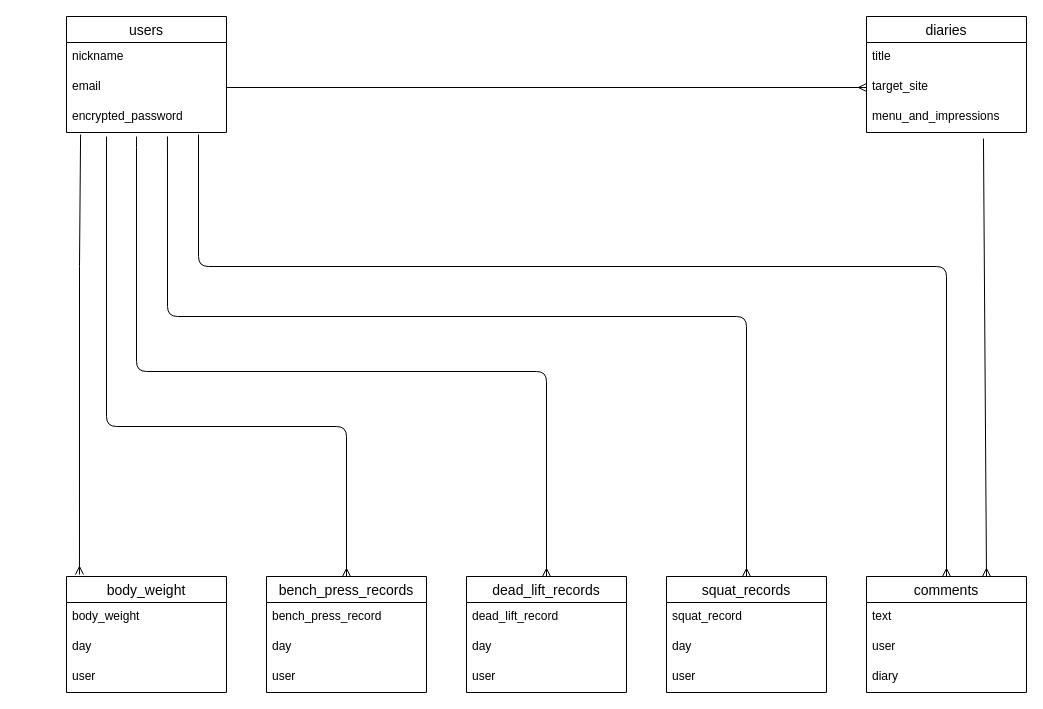
The draw.io diagram er.dio in tkm-mkzk/my-fitness-app, before the edit. Source tidied: cells renumbered, new cells numbered last; positions are measured from the earlier drawing's top-left corner, leaving out a move shared by most shapes. Both pictures are drawn from the tidied source at 100%, with x=0, y=0 at pixel (66, 16).
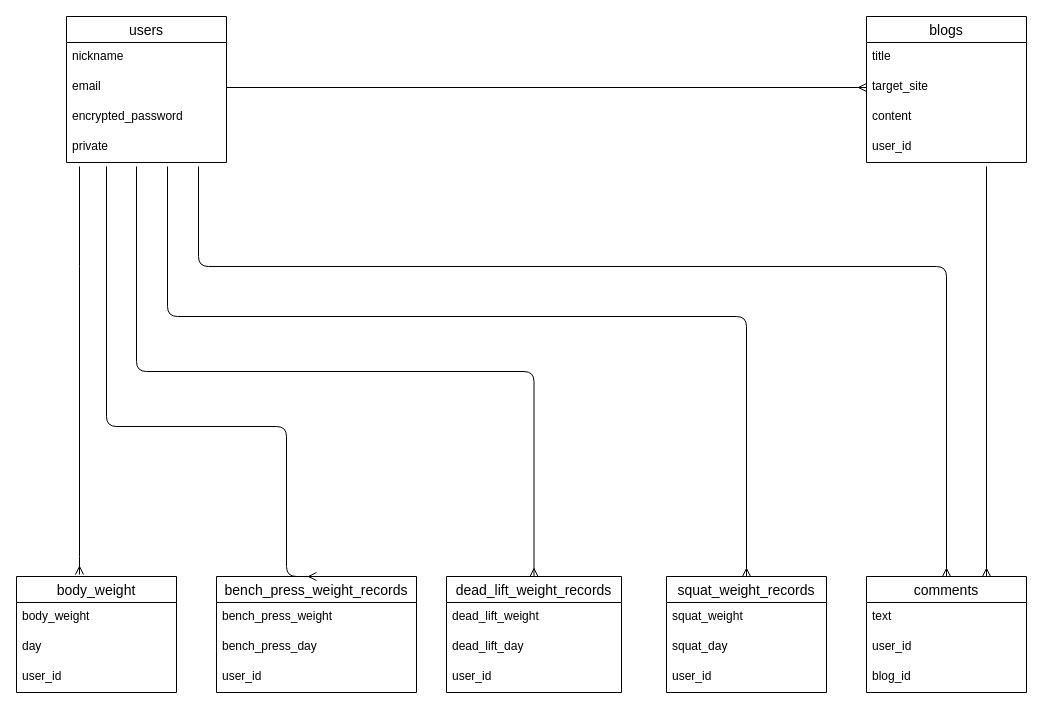
The same diagram, later.

The change refers to these unchanged cells:
```xml
<mxCell id="9" value="encrypted_password" style="text;strokeColor=none;fillColor=none;spacingLeft=4;spacingRight=4;overflow=hidden;points=[[0,0.5],[1,0.5]];portConstraint=eastwest;fontSize=12;" parent="6" vertex="1">
  <mxGeometry y="86" width="160" height="30" as="geometry" />
</mxCell>
<mxCell id="22" value="comments" style="swimlane;fontStyle=0;horizontal=1;startSize=26;align=center;fontSize=14;" parent="1" vertex="1">
  <mxGeometry x="800" y="560" width="160" height="116" as="geometry" />
</mxCell>
```

What changed in the source:
```diff
@@
     <mxCell id="2" value="body_weight" style="swimlane;fontStyle=0;horizontal=1;startSize=26;align=center;fontSize=14;" parent="1" vertex="1">
-      <mxGeometry y="560" width="160" height="116" as="geometry" />
+      <mxGeometry x="-50" y="560" width="160" height="116" as="geometry" />
     </mxCell>
@@
-    <mxCell id="5" value="user" style="text;strokeColor=none;fillColor=none;spacingLeft=4;spacingRight=4;overflow=hidden;fontSize=12;" parent="2" vertex="1">
+    <mxCell id="5" value="user_id" style="text;strokeColor=none;fillColor=none;spacingLeft=4;spacingRight=4;overflow=hidden;fontSize=12;" parent="2" vertex="1">
       <mxGeometry y="86" width="160" height="30" as="geometry" />
     </mxCell>
     <mxCell id="6" value="users" style="swimlane;fontStyle=0;horizontal=1;startSize=26;align=center;fontSize=14;" parent="1" vertex="1">
-      <mxGeometry width="160" height="116" as="geometry" />
+      <mxGeometry width="160" height="146" as="geometry" />
     </mxCell>
@@
+    <mxCell id="37" value="private" style="text;strokeColor=none;fillColor=none;spacingLeft=4;spacingRight=4;overflow=hidden;fontSize=12;" parent="6" vertex="1">
+      <mxGeometry y="116" width="160" height="30" as="geometry" />
+    </mxCell>
-    <mxCell id="10" value="bench_press_records" style="swimlane;fontStyle=0;horizontal=1;startSize=26;align=center;fontSize=14;" parent="1" vertex="1">
-      <mxGeometry x="200" y="560" width="160" height="116" as="geometry" />
+    <mxCell id="10" value="bench_press_weight_records" style="swimlane;fontStyle=0;horizontal=1;startSize=26;align=center;fontSize=14;" parent="1" vertex="1">
+      <mxGeometry x="150" y="560" width="200" height="116" as="geometry" />
     </mxCell>
-    <mxCell id="11" value="bench_press_record" style="text;strokeColor=none;fillColor=none;spacingLeft=4;spacingRight=4;overflow=hidden;fontSize=12;" parent="10" vertex="1">
-      <mxGeometry y="26" width="160" height="30" as="geometry" />
+    <mxCell id="11" value="bench_press_weight" style="text;strokeColor=none;fillColor=none;spacingLeft=4;spacingRight=4;overflow=hidden;fontSize=12;" parent="10" vertex="1">
+      <mxGeometry y="26" width="200" height="30" as="geometry" />
     </mxCell>
-    <mxCell id="12" value="day" style="text;strokeColor=none;fillColor=none;spacingLeft=4;spacingRight=4;overflow=hidden;fontSize=12;" parent="10" vertex="1">
-      <mxGeometry y="56" width="160" height="30" as="geometry" />
+    <mxCell id="12" value="bench_press_day" style="text;strokeColor=none;fillColor=none;spacingLeft=4;spacingRight=4;overflow=hidden;fontSize=12;" parent="10" vertex="1">
+      <mxGeometry y="56" width="200" height="30" as="geometry" />
     </mxCell>
-    <mxCell id="13" value="user" style="text;strokeColor=none;fillColor=none;spacingLeft=4;spacingRight=4;overflow=hidden;fontSize=12;" parent="10" vertex="1">
-      <mxGeometry y="86" width="160" height="30" as="geometry" />
+    <mxCell id="13" value="user_id" style="text;strokeColor=none;fillColor=none;spacingLeft=4;spacingRight=4;overflow=hidden;fontSize=12;" parent="10" vertex="1">
+      <mxGeometry y="86" width="200" height="30" as="geometry" />
     </mxCell>
-    <mxCell id="14" value="dead_lift_records" style="swimlane;fontStyle=0;horizontal=1;startSize=26;align=center;fontSize=14;" parent="1" vertex="1">
-      <mxGeometry x="400" y="560" width="160" height="116" as="geometry" />
+    <mxCell id="14" value="dead_lift_weight_records" style="swimlane;fontStyle=0;horizontal=1;startSize=26;align=center;fontSize=14;" parent="1" vertex="1">
+      <mxGeometry x="380" y="560" width="175" height="116" as="geometry" />
     </mxCell>
-    <mxCell id="15" value="dead_lift_record" style="text;strokeColor=none;fillColor=none;spacingLeft=4;spacingRight=4;overflow=hidden;fontSize=12;" parent="14" vertex="1">
-      <mxGeometry y="26" width="160" height="30" as="geometry" />
+    <mxCell id="15" value="dead_lift_weight" style="text;strokeColor=none;fillColor=none;spacingLeft=4;spacingRight=4;overflow=hidden;fontSize=12;" parent="14" vertex="1">
+      <mxGeometry y="26" width="175" height="30" as="geometry" />
     </mxCell>
-    <mxCell id="16" value="day" style="text;strokeColor=none;fillColor=none;spacingLeft=4;spacingRight=4;overflow=hidden;fontSize=12;" parent="14" vertex="1">
-      <mxGeometry y="56" width="160" height="30" as="geometry" />
+    <mxCell id="16" value="dead_lift_day" style="text;strokeColor=none;fillColor=none;spacingLeft=4;spacingRight=4;overflow=hidden;fontSize=12;" parent="14" vertex="1">
+      <mxGeometry y="56" width="175" height="30" as="geometry" />
     </mxCell>
-    <mxCell id="17" value="user" style="text;strokeColor=none;fillColor=none;spacingLeft=4;spacingRight=4;overflow=hidden;fontSize=12;" parent="14" vertex="1">
-      <mxGeometry y="86" width="160" height="30" as="geometry" />
+    <mxCell id="17" value="user_id" style="text;strokeColor=none;fillColor=none;spacingLeft=4;spacingRight=4;overflow=hidden;fontSize=12;" parent="14" vertex="1">
+      <mxGeometry y="86" width="175" height="30" as="geometry" />
     </mxCell>
-    <mxCell id="18" value="squat_records" style="swimlane;fontStyle=0;horizontal=1;startSize=26;align=center;fontSize=14;" parent="1" vertex="1">
+    <mxCell id="18" value="squat_weight_records" style="swimlane;fontStyle=0;horizontal=1;startSize=26;align=center;fontSize=14;" parent="1" vertex="1">
       <mxGeometry x="600" y="560" width="160" height="116" as="geometry" />
     </mxCell>
-    <mxCell id="19" value="squat_record" style="text;strokeColor=none;fillColor=none;spacingLeft=4;spacingRight=4;overflow=hidden;fontSize=12;" parent="18" vertex="1">
+    <mxCell id="19" value="squat_weight" style="text;strokeColor=none;fillColor=none;spacingLeft=4;spacingRight=4;overflow=hidden;fontSize=12;" parent="18" vertex="1">
       <mxGeometry y="26" width="160" height="30" as="geometry" />
     </mxCell>
-    <mxCell id="20" value="day" style="text;strokeColor=none;fillColor=none;spacingLeft=4;spacingRight=4;overflow=hidden;fontSize=12;" parent="18" vertex="1">
+    <mxCell id="20" value="squat_day" style="text;strokeColor=none;fillColor=none;spacingLeft=4;spacingRight=4;overflow=hidden;fontSize=12;" parent="18" vertex="1">
       <mxGeometry y="56" width="160" height="30" as="geometry" />
     </mxCell>
-    <mxCell id="21" value="user" style="text;strokeColor=none;fillColor=none;spacingLeft=4;spacingRight=4;overflow=hidden;fontSize=12;" parent="18" vertex="1">
+    <mxCell id="21" value="user_id" style="text;strokeColor=none;fillColor=none;spacingLeft=4;spacingRight=4;overflow=hidden;fontSize=12;" parent="18" vertex="1">
       <mxGeometry y="86" width="160" height="30" as="geometry" />
     </mxCell>
@@
-    <mxCell id="24" value="user" style="text;strokeColor=none;fillColor=none;spacingLeft=4;spacingRight=4;overflow=hidden;fontSize=12;" parent="22" vertex="1">
+    <mxCell id="24" value="user_id" style="text;strokeColor=none;fillColor=none;spacingLeft=4;spacingRight=4;overflow=hidden;fontSize=12;" parent="22" vertex="1">
       <mxGeometry y="56" width="160" height="30" as="geometry" />
     </mxCell>
-    <mxCell id="25" value="diary" style="text;strokeColor=none;fillColor=none;spacingLeft=4;spacingRight=4;overflow=hidden;fontSize=12;" parent="22" vertex="1">
+    <mxCell id="25" value="blog_id" style="text;strokeColor=none;fillColor=none;spacingLeft=4;spacingRight=4;overflow=hidden;fontSize=12;" parent="22" vertex="1">
       <mxGeometry y="86" width="160" height="30" as="geometry" />
     </mxCell>
-    <mxCell id="26" value="diaries" style="swimlane;fontStyle=0;horizontal=1;startSize=26;align=center;fontSize=14;" parent="1" vertex="1">
-      <mxGeometry x="800" width="160" height="116" as="geometry" />
+    <mxCell id="26" value="blogs" style="swimlane;fontStyle=0;horizontal=1;startSize=26;align=center;fontSize=14;" parent="1" vertex="1">
+      <mxGeometry x="800" width="160" height="146" as="geometry" />
     </mxCell>
@@
-    <mxCell id="29" value="menu_and_impressions" style="text;strokeColor=none;fillColor=none;spacingLeft=4;spacingRight=4;overflow=hidden;points=[[0,0.5],[1,0.5]];portConstraint=eastwest;fontSize=12;" parent="26" vertex="1">
+    <mxCell id="29" value="content" style="text;strokeColor=none;fillColor=none;spacingLeft=4;spacingRight=4;overflow=hidden;points=[[0,0.5],[1,0.5]];portConstraint=eastwest;fontSize=12;" parent="26" vertex="1">
       <mxGeometry y="86" width="160" height="30" as="geometry" />
     </mxCell>
+    <mxCell id="38" value="user_id" style="text;strokeColor=none;fillColor=none;spacingLeft=4;spacingRight=4;overflow=hidden;fontSize=12;" parent="26" vertex="1">
+      <mxGeometry y="116" width="160" height="30" as="geometry" />
+    </mxCell>
-    <mxCell id="30" style="fontSize=12;html=1;endArrow=ERmany;rounded=0;startArrow=none;startFill=0;entryX=0.081;entryY=-0.017;entryDx=0;entryDy=0;exitX=0.088;exitY=1.067;exitDx=0;exitDy=0;exitPerimeter=0;entryPerimeter=0;" parent="1" edge="1" source="9" target="2">
+    <mxCell id="30" style="fontSize=12;html=1;endArrow=ERmany;rounded=0;startArrow=none;startFill=0;" parent="1" edge="1">
       <mxGeometry relative="1" as="geometry">
+        <mxPoint x="13" y="150" as="sourcePoint" />
+        <mxPoint x="13" y="558" as="targetPoint" />
         <Array as="points">
           <mxPoint x="13" y="250" />
+          <mxPoint x="13" y="540" />
         </Array>
       </mxGeometry>
     </mxCell>
     <mxCell id="31" style="edgeStyle=orthogonalEdgeStyle;fontSize=12;html=1;endArrow=ERmany;entryX=0.5;entryY=0;entryDx=0;entryDy=0;" parent="1" edge="1" target="10">
       <mxGeometry relative="1" as="geometry">
-        <mxPoint x="40" y="120" as="sourcePoint" />
+        <mxPoint x="40" y="150" as="sourcePoint" />
         <Array as="points">
           <mxPoint x="40" y="410" />
-          <mxPoint x="280" y="410" />
+          <mxPoint x="220" y="410" />
         </Array>
       </mxGeometry>
     </mxCell>
     <mxCell id="32" style="edgeStyle=orthogonalEdgeStyle;fontSize=12;html=1;endArrow=ERmany;entryX=0.5;entryY=0;entryDx=0;entryDy=0;" parent="1" edge="1" target="14">
       <mxGeometry relative="1" as="geometry">
-        <mxPoint x="70" y="120" as="sourcePoint" />
+        <mxPoint x="70" y="150" as="sourcePoint" />
         <Array as="points">
-          <mxPoint x="70" y="121" />
           <mxPoint x="70" y="355" />
-          <mxPoint x="480" y="355" />
+          <mxPoint x="468" y="355" />
         </Array>
       </mxGeometry>
     </mxCell>
-    <mxCell id="33" style="edgeStyle=orthogonalEdgeStyle;fontSize=12;html=1;endArrow=ERmany;entryX=0.5;entryY=0;entryDx=0;entryDy=0;exitX=0.631;exitY=1.133;exitDx=0;exitDy=0;exitPerimeter=0;" parent="1" edge="1" source="9" target="18">
+    <mxCell id="33" style="edgeStyle=orthogonalEdgeStyle;fontSize=12;html=1;endArrow=ERmany;entryX=0.5;entryY=0;entryDx=0;entryDy=0;" parent="1" edge="1" target="18">
       <mxGeometry relative="1" as="geometry">
+        <mxPoint x="101" y="150" as="sourcePoint" />
         <Array as="points">
           <mxPoint x="101" y="300" />
           <mxPoint x="680" y="300" />
         </Array>
       </mxGeometry>
     </mxCell>
-    <mxCell id="34" style="fontSize=12;html=1;endArrow=ERmany;entryX=0.75;entryY=0;entryDx=0;entryDy=0;exitX=0.731;exitY=1.2;exitDx=0;exitDy=0;exitPerimeter=0;" parent="1" edge="1" source="29" target="22">
-      <mxGeometry relative="1" as="geometry" />
+    <mxCell id="34" style="fontSize=12;html=1;endArrow=ERmany;entryX=0.75;entryY=0;entryDx=0;entryDy=0;" parent="1" edge="1" target="22">
+      <mxGeometry relative="1" as="geometry">
+        <mxPoint x="920" y="150" as="sourcePoint" />
+      </mxGeometry>
     </mxCell>
@@
-    <mxCell id="36" style="edgeStyle=orthogonalEdgeStyle;fontSize=12;html=1;endArrow=ERmany;entryX=0.5;entryY=0;entryDx=0;entryDy=0;exitX=0.825;exitY=1.067;exitDx=0;exitDy=0;exitPerimeter=0;" parent="1" edge="1" source="9" target="22">
+    <mxCell id="36" style="edgeStyle=orthogonalEdgeStyle;fontSize=12;html=1;endArrow=ERmany;entryX=0.5;entryY=0;entryDx=0;entryDy=0;" parent="1" edge="1" target="22">
       <mxGeometry relative="1" as="geometry">
+        <mxPoint x="132" y="150" as="sourcePoint" />
         <Array as="points">
           <mxPoint x="132" y="250" />
           <mxPoint x="880" y="250" />
         </Array>
       </mxGeometry>
     </mxCell>
```
